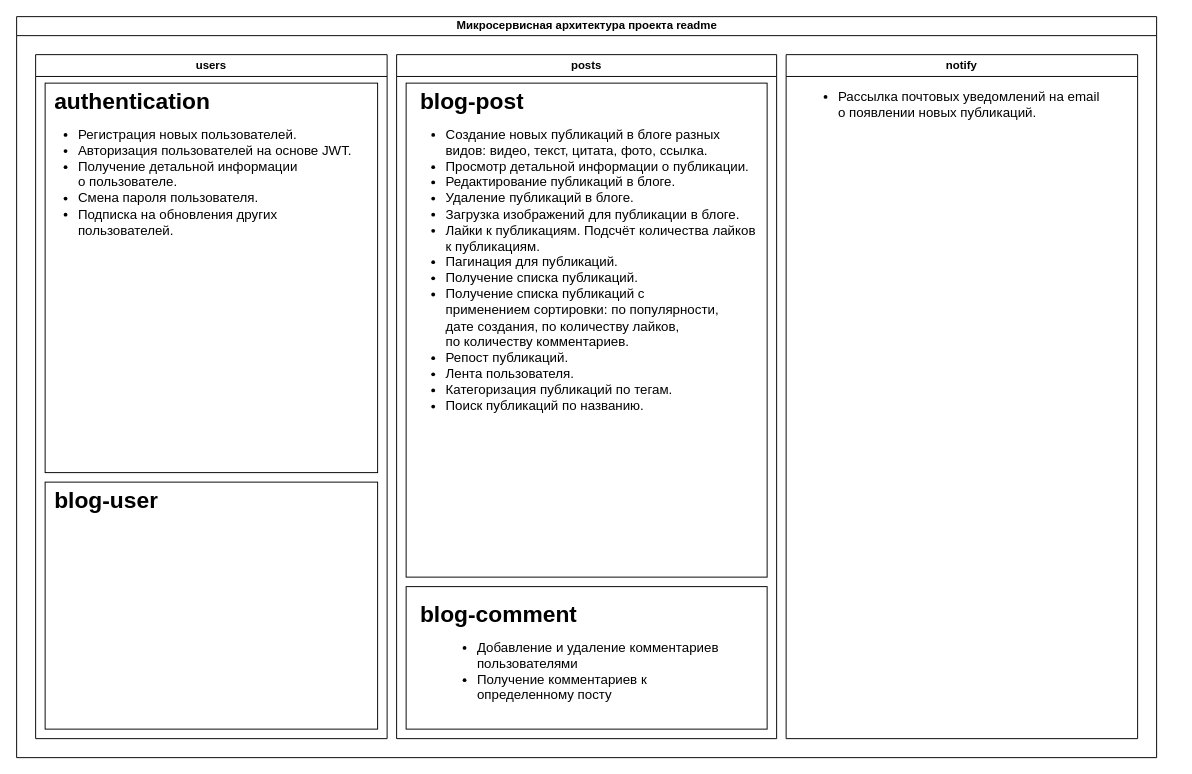
The draw.io diagram specification.drawio in ivan-davy/2083345-readme-3, before the edit. Source tidied: cells renumbered, new cells numbered last; positions are measured from the earlier drawing's top-left corner, leaving out a move shared by most shapes. Both pictures are drawn from the tidied source at 95%, with x=0, y=0 at pixel (16, 16).
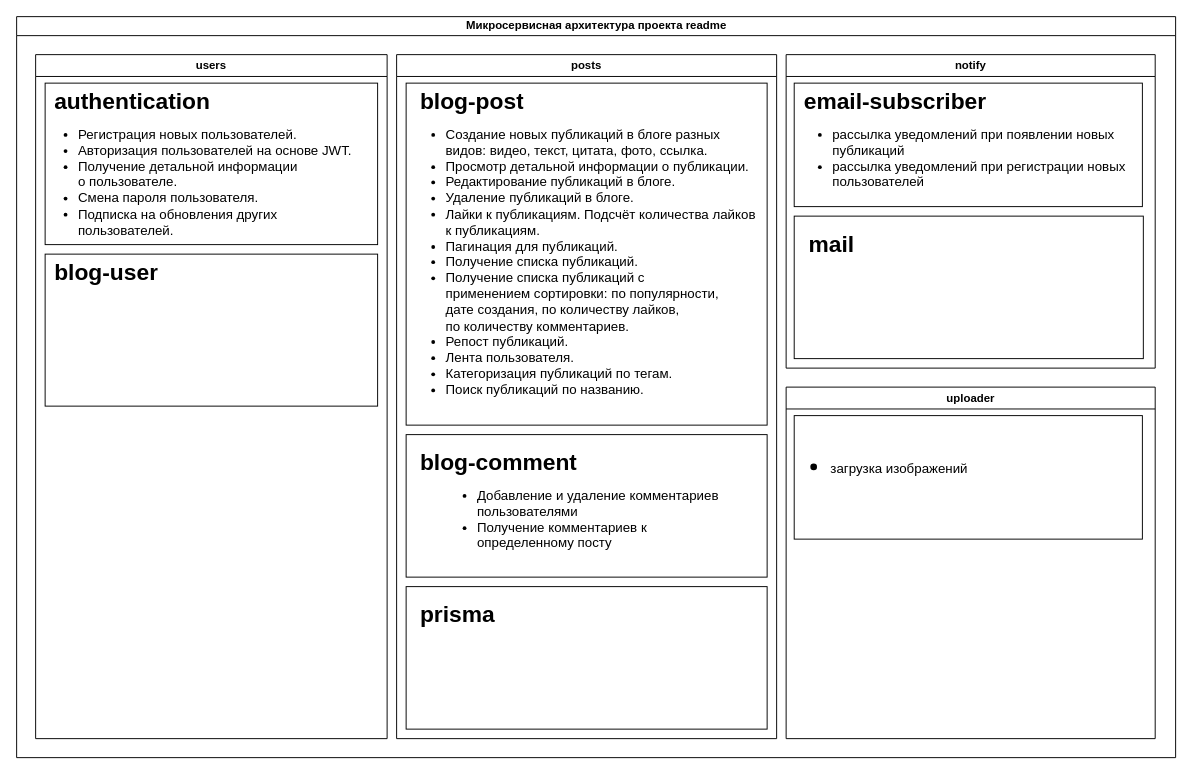
The same page after the edit.

Commit message (it also covers changes not shown here):
WIP -  поправляет .drawio-схему

The change refers to these unchanged cells:
```xml
<mxCell id="3" value="users" style="swimlane;whiteSpace=wrap;html=1;" parent="2" vertex="1">
  <mxGeometry x="20" y="40" width="370" height="720" as="geometry" />
</mxCell>
<mxCell id="9" value="posts" style="swimlane;whiteSpace=wrap;html=1;" parent="2" vertex="1">
  <mxGeometry x="400" y="40" width="400" height="720" as="geometry" />
</mxCell>
```

What changed in the source:
```diff
@@
     <mxCell id="2" value="Микросервисная архитектура проекта readme" style="swimlane;html=1;startSize=20;horizontal=1;containerType=tree;glass=0;" parent="1" vertex="1">
-      <mxGeometry width="1200" height="780" as="geometry" />
+      <mxGeometry width="1220" height="780" as="geometry" />
     </mxCell>
@@
     <mxCell id="4" style="rounded=0;whiteSpace=wrap;html=1;" parent="3" vertex="1">
-      <mxGeometry x="10" y="30" width="350" height="410" as="geometry" />
+      <mxGeometry x="10" y="30" width="350" height="170" as="geometry" />
     </mxCell>
@@
     <mxCell id="6" value="&lt;h1&gt;&lt;ul style=&quot;border-color: var(--border-color); font-size: 14px; font-weight: 400;&quot;&gt;&lt;li style=&quot;border-color: var(--border-color);&quot;&gt;Регистрация новых пользователей.&lt;br style=&quot;border-color: var(--border-color);&quot;&gt;&lt;/li&gt;&lt;li style=&quot;border-color: var(--border-color);&quot;&gt;Авторизация пользователей на&amp;nbsp;основе JWT.&lt;br style=&quot;border-color: var(--border-color);&quot;&gt;&lt;/li&gt;&lt;li style=&quot;border-color: var(--border-color);&quot;&gt;Получение детальной информации&lt;br style=&quot;border-color: var(--border-color);&quot;&gt;о&amp;nbsp;пользователе.&lt;br style=&quot;border-color: var(--border-color);&quot;&gt;&lt;/li&gt;&lt;li style=&quot;border-color: var(--border-color);&quot;&gt;Смена пароля пользователя.&lt;br style=&quot;border-color: var(--border-color);&quot;&gt;&lt;/li&gt;&lt;li style=&quot;border-color: var(--border-color);&quot;&gt;Подписка на&amp;nbsp;обновления других пользователей.&lt;/li&gt;&lt;/ul&gt;&lt;/h1&gt;" style="text;html=1;strokeColor=none;fillColor=none;spacing=5;spacingTop=-20;whiteSpace=wrap;overflow=hidden;rounded=0;" parent="3" vertex="1">
-      <mxGeometry y="70" width="360" height="210" as="geometry" />
+      <mxGeometry y="70" width="360" height="130" as="geometry" />
     </mxCell>
     <mxCell id="7" style="rounded=0;whiteSpace=wrap;html=1;" parent="3" vertex="1">
-      <mxGeometry x="10" y="450" width="350" height="260" as="geometry" />
+      <mxGeometry x="10" y="210" width="350" height="160" as="geometry" />
     </mxCell>
     <mxCell id="8" value="&lt;h1&gt;blog-user&lt;/h1&gt;" style="text;html=1;strokeColor=none;fillColor=none;spacing=5;spacingTop=-20;whiteSpace=wrap;overflow=hidden;rounded=0;" parent="3" vertex="1">
-      <mxGeometry x="15" y="450" width="315" height="50" as="geometry" />
+      <mxGeometry x="15" y="210" width="315" height="50" as="geometry" />
     </mxCell>
@@
     <mxCell id="10" style="rounded=0;whiteSpace=wrap;html=1;" parent="9" vertex="1">
-      <mxGeometry x="10" y="30" width="380" height="520" as="geometry" />
+      <mxGeometry x="10" y="30" width="380" height="360" as="geometry" />
     </mxCell>
     <mxCell id="11" style="rounded=0;whiteSpace=wrap;html=1;" parent="9" vertex="1">
-      <mxGeometry x="10" y="560" width="380" height="150" as="geometry" />
+      <mxGeometry x="10" y="400" width="380" height="150" as="geometry" />
     </mxCell>
@@
     <mxCell id="13" value="&lt;h1&gt;blog-comment&lt;/h1&gt;" style="text;html=1;strokeColor=none;fillColor=none;spacing=5;spacingTop=-20;whiteSpace=wrap;overflow=hidden;rounded=0;" parent="9" vertex="1">
-      <mxGeometry x="20" y="570" width="190" height="50" as="geometry" />
+      <mxGeometry x="20" y="410" width="190" height="50" as="geometry" />
     </mxCell>
     <mxCell id="14" value="&lt;h1&gt;&lt;ul style=&quot;border-color: var(--border-color); font-size: 14px; font-weight: 400;&quot;&gt;&lt;li style=&quot;border-color: var(--border-color);&quot;&gt;&lt;span style=&quot;background-color: initial;&quot;&gt;Добавление и удаление комментариев пользователями&lt;/span&gt;&lt;/li&gt;&lt;li style=&quot;border-color: var(--border-color);&quot;&gt;&lt;span style=&quot;background-color: initial;&quot;&gt;Получение комментариев к определенному посту&lt;/span&gt;&lt;/li&gt;&lt;/ul&gt;&lt;/h1&gt;" style="text;html=1;strokeColor=none;fillColor=none;spacing=5;spacingTop=-20;whiteSpace=wrap;overflow=hidden;rounded=0;" parent="9" vertex="1">
-      <mxGeometry x="40" y="610" width="313" height="90" as="geometry" />
+      <mxGeometry x="40" y="450" width="313" height="90" as="geometry" />
     </mxCell>
-    <mxCell id="15" value="&lt;h1&gt;&lt;ul style=&quot;border-color: var(--border-color); font-size: 14px; font-weight: 400;&quot;&gt;&lt;li style=&quot;border-color: var(--border-color);&quot;&gt;Создание новых публикаций в&amp;nbsp;блоге разных видов: видео, текст, цитата, фото, ссылка.&lt;/li&gt;&lt;li style=&quot;border-color: var(--border-color);&quot;&gt;Просмотр детальной информации о&amp;nbsp;публикации.&lt;br style=&quot;border-color: var(--border-color);&quot;&gt;&lt;/li&gt;&lt;li style=&quot;border-color: var(--border-color);&quot;&gt;Редактирование публикаций в&amp;nbsp;блоге.&lt;br style=&quot;border-color: var(--border-color);&quot;&gt;&lt;/li&gt;&lt;li style=&quot;border-color: var(--border-color);&quot;&gt;Удаление публикаций в&amp;nbsp;блоге.&lt;br style=&quot;border-color: var(--border-color);&quot;&gt;&lt;/li&gt;&lt;li style=&quot;border-color: var(--border-color);&quot;&gt;Загрузка изображений для публикации в&amp;nbsp;блоге.&lt;br style=&quot;border-color: var(--border-color);&quot;&gt;&lt;/li&gt;&lt;li style=&quot;border-color: var(--border-color);&quot;&gt;Лайки к&amp;nbsp;публикациям. Подсчёт количества лайков к&amp;nbsp;публикациям.&lt;br style=&quot;border-color: var(--border-color);&quot;&gt;&lt;/li&gt;&lt;li style=&quot;border-color: var(--border-color);&quot;&gt;Пагинация для публикаций.&lt;br style=&quot;border-color: var(--border-color);&quot;&gt;&lt;/li&gt;&lt;li style=&quot;border-color: var(--border-color);&quot;&gt;Получение списка публикаций.&lt;br style=&quot;border-color: var(--border-color);&quot;&gt;&lt;/li&gt;&lt;li style=&quot;border-color: var(--border-color);&quot;&gt;Получение списка публикаций с&amp;nbsp;&lt;br style=&quot;border-color: var(--border-color);&quot;&gt;применением сортировки: по&amp;nbsp;популярности,&lt;br style=&quot;border-color: var(--border-color);&quot;&gt;дате создания, по&amp;nbsp;количеству лайков,&lt;br style=&quot;border-color: var(--border-color);&quot;&gt;по&amp;nbsp;количеству комментариев.&lt;br style=&quot;border-color: var(--border-color);&quot;&gt;&lt;/li&gt;&lt;li style=&quot;border-color: var(--border-color);&quot;&gt;Репост публикаций.&lt;br style=&quot;border-color: var(--border-color);&quot;&gt;&lt;/li&gt;&lt;li style=&quot;border-color: var(--border-color);&quot;&gt;Лента пользователя.&lt;br style=&quot;border-color: var(--border-color);&quot;&gt;&lt;/li&gt;&lt;li style=&quot;border-color: var(--border-color);&quot;&gt;Категоризация публикаций по&amp;nbsp;тегам.&lt;/li&gt;&lt;li style=&quot;border-color: var(--border-color);&quot;&gt;Поиск публикаций по&amp;nbsp;названию.&lt;/li&gt;&lt;/ul&gt;&lt;/h1&gt;" style="text;html=1;strokeColor=none;fillColor=none;spacing=5;spacingTop=-20;whiteSpace=wrap;overflow=hidden;rounded=0;" parent="9" vertex="1">
+    <mxCell id="15" value="&lt;h1&gt;&lt;ul style=&quot;border-color: var(--border-color); font-size: 14px; font-weight: 400;&quot;&gt;&lt;li style=&quot;border-color: var(--border-color);&quot;&gt;Создание новых публикаций в&amp;nbsp;блоге разных видов: видео, текст, цитата, фото, ссылка.&lt;/li&gt;&lt;li style=&quot;border-color: var(--border-color);&quot;&gt;Просмотр детальной информации о&amp;nbsp;публикации.&lt;br style=&quot;border-color: var(--border-color);&quot;&gt;&lt;/li&gt;&lt;li style=&quot;border-color: var(--border-color);&quot;&gt;Редактирование публикаций в&amp;nbsp;блоге.&lt;br style=&quot;border-color: var(--border-color);&quot;&gt;&lt;/li&gt;&lt;li style=&quot;border-color: var(--border-color);&quot;&gt;Удаление публикаций в&amp;nbsp;блоге.&lt;/li&gt;&lt;li style=&quot;border-color: var(--border-color);&quot;&gt;Лайки к&amp;nbsp;публикациям. Подсчёт количества лайков к&amp;nbsp;публикациям.&lt;br style=&quot;border-color: var(--border-color);&quot;&gt;&lt;/li&gt;&lt;li style=&quot;border-color: var(--border-color);&quot;&gt;Пагинация для публикаций.&lt;br style=&quot;border-color: var(--border-color);&quot;&gt;&lt;/li&gt;&lt;li style=&quot;border-color: var(--border-color);&quot;&gt;Получение списка публикаций.&lt;br style=&quot;border-color: var(--border-color);&quot;&gt;&lt;/li&gt;&lt;li style=&quot;border-color: var(--border-color);&quot;&gt;Получение списка публикаций с&amp;nbsp;&lt;br style=&quot;border-color: var(--border-color);&quot;&gt;применением сортировки: по&amp;nbsp;популярности,&lt;br style=&quot;border-color: var(--border-color);&quot;&gt;дате создания, по&amp;nbsp;количеству лайков,&lt;br style=&quot;border-color: var(--border-color);&quot;&gt;по&amp;nbsp;количеству комментариев.&lt;br style=&quot;border-color: var(--border-color);&quot;&gt;&lt;/li&gt;&lt;li style=&quot;border-color: var(--border-color);&quot;&gt;Репост публикаций.&lt;br style=&quot;border-color: var(--border-color);&quot;&gt;&lt;/li&gt;&lt;li style=&quot;border-color: var(--border-color);&quot;&gt;Лента пользователя.&lt;br style=&quot;border-color: var(--border-color);&quot;&gt;&lt;/li&gt;&lt;li style=&quot;border-color: var(--border-color);&quot;&gt;Категоризация публикаций по&amp;nbsp;тегам.&lt;/li&gt;&lt;li style=&quot;border-color: var(--border-color);&quot;&gt;Поиск публикаций по&amp;nbsp;названию.&lt;/li&gt;&lt;/ul&gt;&lt;/h1&gt;" style="text;html=1;strokeColor=none;fillColor=none;spacing=5;spacingTop=-20;whiteSpace=wrap;overflow=hidden;rounded=0;" parent="9" vertex="1">
       <mxGeometry x="6.5" y="70" width="380" height="320" as="geometry" />
     </mxCell>
+    <mxCell id="18" style="rounded=0;whiteSpace=wrap;html=1;" parent="9" vertex="1">
+      <mxGeometry x="10" y="560" width="380" height="150" as="geometry" />
+    </mxCell>
+    <mxCell id="19" value="&lt;h1&gt;prisma&lt;/h1&gt;" style="text;html=1;strokeColor=none;fillColor=none;spacing=5;spacingTop=-20;whiteSpace=wrap;overflow=hidden;rounded=0;" parent="9" vertex="1">
+      <mxGeometry x="20" y="570" width="190" height="50" as="geometry" />
+    </mxCell>
     <mxCell id="16" value="notify" style="swimlane;whiteSpace=wrap;html=1;" parent="2" vertex="1">
-      <mxGeometry x="810" y="40" width="370" height="720" as="geometry" />
+      <mxGeometry x="810" y="40" width="388.5" height="330" as="geometry" />
     </mxCell>
-    <mxCell id="17" value="&lt;h1&gt;&lt;ul style=&quot;border-color: var(--border-color); font-size: 14px; font-weight: 400;&quot;&gt;&lt;li style=&quot;border-color: var(--border-color);&quot;&gt;Рассылка почтовых уведомлений на&amp;nbsp;email&lt;br style=&quot;border-color: var(--border-color);&quot;&gt;о&amp;nbsp;появлении новых публикаций.&lt;/li&gt;&lt;/ul&gt;&lt;/h1&gt;" style="text;html=1;strokeColor=none;fillColor=none;spacing=5;spacingTop=-20;whiteSpace=wrap;overflow=hidden;rounded=0;" parent="16" vertex="1">
-      <mxGeometry x="10" y="30" width="350" height="350" as="geometry" />
-    </mxCell>
+    <mxCell id="20" style="rounded=0;whiteSpace=wrap;html=1;" parent="16" vertex="1">
+      <mxGeometry x="8.5" y="30" width="366.5" height="130" as="geometry" />
+    </mxCell>
+    <mxCell id="21" value="&lt;h1&gt;email-subscriber&lt;/h1&gt;" style="text;html=1;strokeColor=none;fillColor=none;spacing=5;spacingTop=-20;whiteSpace=wrap;overflow=hidden;rounded=0;" parent="16" vertex="1">
+      <mxGeometry x="13.5" y="30" width="326.5" height="50" as="geometry" />
+    </mxCell>
+    <mxCell id="22" value="&lt;h1&gt;&lt;ul style=&quot;border-color: var(--border-color); font-size: 14px; font-weight: 400;&quot;&gt;&lt;li style=&quot;border-color: var(--border-color);&quot;&gt;рассылка уведомлений при появлении новых публикаций&lt;/li&gt;&lt;li style=&quot;border-color: var(--border-color);&quot;&gt;рассылка уведомлений при регистрации новых пользователей&lt;/li&gt;&lt;/ul&gt;&lt;/h1&gt;" style="text;html=1;strokeColor=none;fillColor=none;spacing=5;spacingTop=-20;whiteSpace=wrap;overflow=hidden;rounded=0;" parent="16" vertex="1">
+      <mxGeometry x="3.5" y="70" width="380" height="80" as="geometry" />
+    </mxCell>
+    <mxCell id="23" style="rounded=0;whiteSpace=wrap;html=1;" parent="16" vertex="1">
+      <mxGeometry x="8.5" y="170" width="367.5" height="150" as="geometry" />
+    </mxCell>
+    <mxCell id="24" value="&lt;h1&gt;mail&lt;/h1&gt;" style="text;html=1;strokeColor=none;fillColor=none;spacing=5;spacingTop=-20;whiteSpace=wrap;overflow=hidden;rounded=0;" parent="16" vertex="1">
+      <mxGeometry x="18.5" y="180" width="190" height="50" as="geometry" />
+    </mxCell>
+    <mxCell id="25" value="uploader" style="swimlane;whiteSpace=wrap;html=1;" parent="2" vertex="1">
+      <mxGeometry x="810" y="390" width="388.5" height="370" as="geometry" />
+    </mxCell>
+    <mxCell id="26" style="rounded=0;whiteSpace=wrap;html=1;" parent="25" vertex="1">
+      <mxGeometry x="8.5" y="30" width="366.5" height="130" as="geometry" />
+    </mxCell>
+    <mxCell id="27" value="&lt;h1&gt;&lt;br&gt;&lt;/h1&gt;" style="text;html=1;strokeColor=none;fillColor=none;spacing=5;spacingTop=-20;whiteSpace=wrap;overflow=hidden;rounded=0;" parent="25" vertex="1">
+      <mxGeometry x="13.5" y="30" width="326.5" height="50" as="geometry" />
+    </mxCell>
+    <mxCell id="28" value="&lt;h1&gt;&lt;ul&gt;&lt;li&gt;&lt;span style=&quot;font-size: 14px; font-weight: 400;&quot;&gt;загрузка изображений&lt;/span&gt;&lt;/li&gt;&lt;/ul&gt;&lt;/h1&gt;" style="text;html=1;strokeColor=none;fillColor=none;spacing=5;spacingTop=-20;whiteSpace=wrap;overflow=hidden;rounded=0;" parent="25" vertex="1">
+      <mxGeometry x="1.8" y="55" width="380" height="80" as="geometry" />
+    </mxCell>
```
